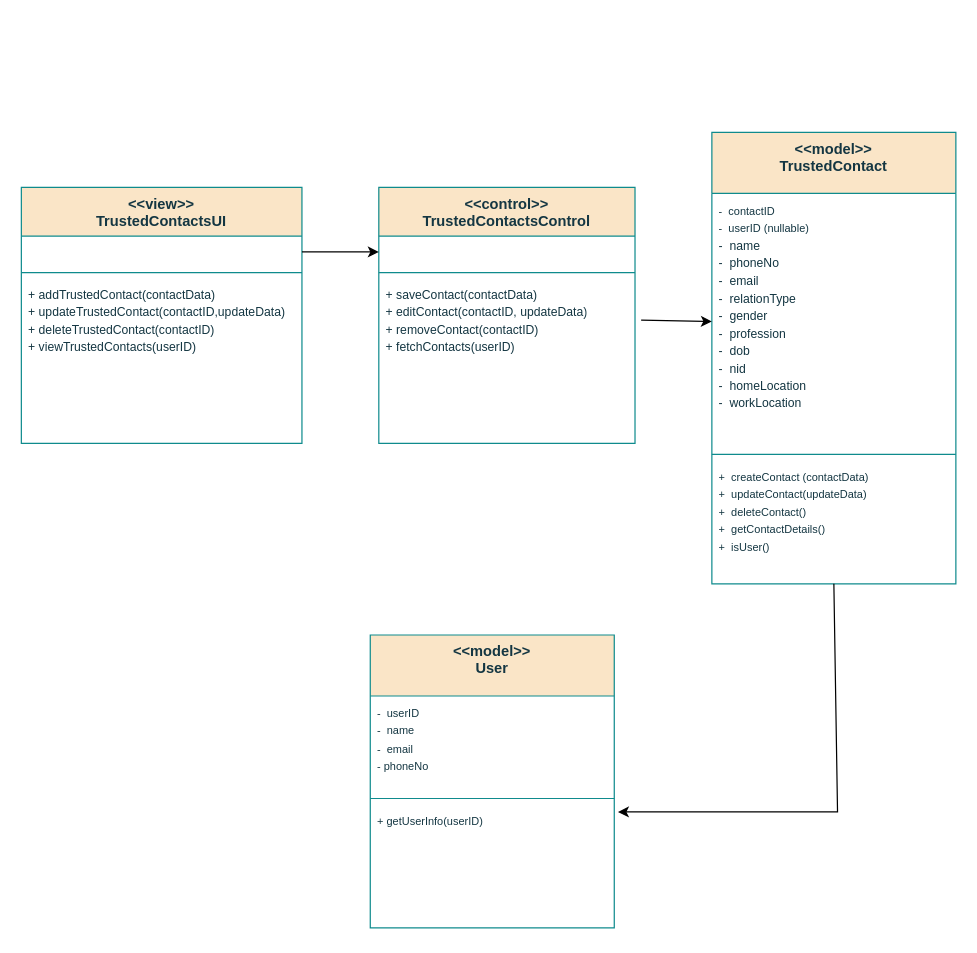
Earlier version of the draw.io diagram page "16. Trusted Contacts (User)" (16 of 17) of Untitled Diagram.drawio (TH-014/CSE_326). Source tidied: cells renumbered, new cells numbered last; positions are measured from the earlier drawing's top-left corner, leaving out a move shared by most shapes. Both pictures are drawn from the tidied source at 122%, with x=0, y=0 at pixel (21, 132).
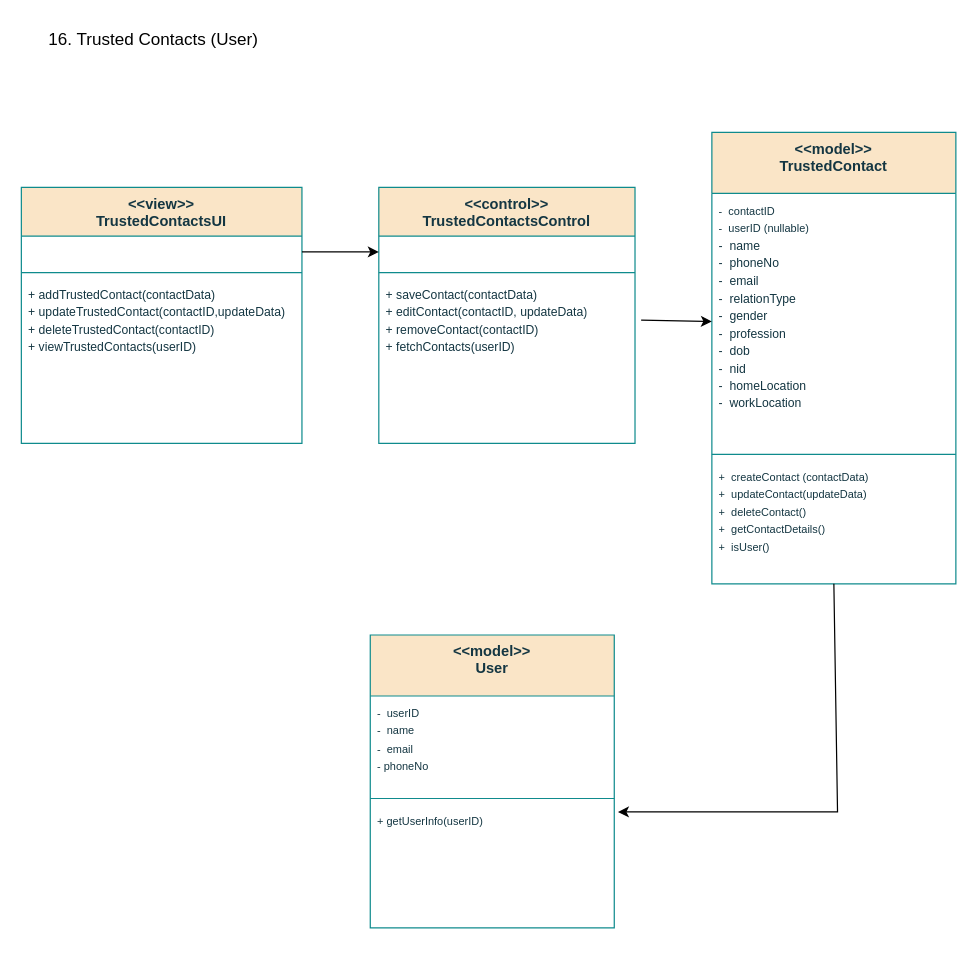
The same diagram, later.

Change to the diagram source:
```diff
@@
+    <mxCell id="21" value="&lt;font style=&quot;font-size: 14px;&quot;&gt;16. Trusted Contacts (User)&lt;/font&gt;" style="text;html=1;align=center;verticalAlign=middle;whiteSpace=wrap;rounded=0;" parent="1" vertex="1">
+      <mxGeometry x="6" y="-91" width="205" height="30" as="geometry" />
+    </mxCell>
```
